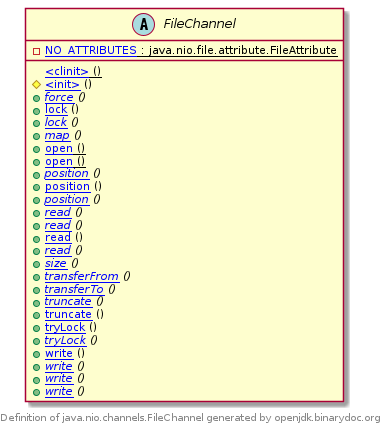
The PlantUML diagram samples/uml_java_java.nio.channels.FileChannel.png in fuiny/binarydoc-help, before a commit. Its diagram source:
```plantuml
@startuml
abstract class FileChannel[[/net.java/openjdk/13.0/classfile?classfilelocation=java.nio.channels.filechannel{Java classfile java.nio.channels.FileChannel} java.nio.channels.FileChannel]] {

{static} -[[/net.java/openjdk/13.0/field?classfilelocation=java.nio.channels.filechannel&seq=1&fieldname=NO_ATTRIBUTES{Field #1: NO_ATTRIBUTES of type java.nio.file.attribute.FileAttribute} NO_ATTRIBUTES]] : java.nio.file.attribute.FileAttribute

{static} [[/net.java/openjdk/13.0/method?classfilelocation=java.nio.channels.filechannel&seq=26&methodname=%3Cclinit%3E{Method #26: <clinit> with descriptor ()V} <clinit>]] ()
#[[/net.java/openjdk/13.0/method?classfilelocation=java.nio.channels.filechannel&seq=1&methodname=%3Cinit%3E{Method #1: <init> with descriptor ()V} <init>]] ()
{abstract} +[[/net.java/openjdk/13.0/method?classfilelocation=java.nio.channels.filechannel&seq=14&methodname=force{Method #14: force with descriptor (Z)V} force]] ()
+[[/net.java/openjdk/13.0/method?classfilelocation=java.nio.channels.filechannel&seq=21&methodname=lock{Method #21: lock with descriptor ()Ljava/nio/channels/FileLock;} lock]] ()
{abstract} +[[/net.java/openjdk/13.0/method?classfilelocation=java.nio.channels.filechannel&seq=20&methodname=lock{Method #20: lock with descriptor (JJZ)Ljava/nio/channels/FileLock;} lock]] ()
{abstract} +[[/net.java/openjdk/13.0/method?classfilelocation=java.nio.channels.filechannel&seq=19&methodname=map{Method #19: map with descriptor (Ljava/nio/channels/FileChannel$MapMode;JJ)Ljava/nio/MappedByteBuffer;} map]] ()
{static} +[[/net.java/openjdk/13.0/method?classfilelocation=java.nio.channels.filechannel&seq=2&methodname=open{Method #2: open with descriptor (Ljava/nio/file/Path;Ljava/util/Set;[Ljava/nio/file/attribute/FileAttribute;)Ljava/nio/channels/FileChannel;} open]] ()
{static} +[[/net.java/openjdk/13.0/method?classfilelocation=java.nio.channels.filechannel&seq=3&methodname=open{Method #3: open with descriptor (Ljava/nio/file/Path;[Ljava/nio/file/OpenOption;)Ljava/nio/channels/FileChannel;} open]] ()
{abstract} +[[/net.java/openjdk/13.0/method?classfilelocation=java.nio.channels.filechannel&seq=11&methodname=position{Method #11: position with descriptor (J)Ljava/nio/channels/FileChannel;} position]] ()
+[[/net.java/openjdk/13.0/method?classfilelocation=java.nio.channels.filechannel&seq=25&methodname=position{Method #25: position with descriptor (J)Ljava/nio/channels/SeekableByteChannel;} position]] ()
{abstract} +[[/net.java/openjdk/13.0/method?classfilelocation=java.nio.channels.filechannel&seq=10&methodname=position{Method #10: position with descriptor ()J} position]] ()
{abstract} +[[/net.java/openjdk/13.0/method?classfilelocation=java.nio.channels.filechannel&seq=4&methodname=read{Method #4: read with descriptor (Ljava/nio/ByteBuffer;)I} read]] ()
{abstract} +[[/net.java/openjdk/13.0/method?classfilelocation=java.nio.channels.filechannel&seq=17&methodname=read{Method #17: read with descriptor (Ljava/nio/ByteBuffer;J)I} read]] ()
+[[/net.java/openjdk/13.0/method?classfilelocation=java.nio.channels.filechannel&seq=6&methodname=read{Method #6: read with descriptor ([Ljava/nio/ByteBuffer;)J} read]] ()
{abstract} +[[/net.java/openjdk/13.0/method?classfilelocation=java.nio.channels.filechannel&seq=5&methodname=read{Method #5: read with descriptor ([Ljava/nio/ByteBuffer;II)J} read]] ()
{abstract} +[[/net.java/openjdk/13.0/method?classfilelocation=java.nio.channels.filechannel&seq=12&methodname=size{Method #12: size with descriptor ()J} size]] ()
{abstract} +[[/net.java/openjdk/13.0/method?classfilelocation=java.nio.channels.filechannel&seq=16&methodname=transferFrom{Method #16: transferFrom with descriptor (Ljava/nio/channels/ReadableByteChannel;JJ)J} transferFrom]] ()
{abstract} +[[/net.java/openjdk/13.0/method?classfilelocation=java.nio.channels.filechannel&seq=15&methodname=transferTo{Method #15: transferTo with descriptor (JJLjava/nio/channels/WritableByteChannel;)J} transferTo]] ()
{abstract} +[[/net.java/openjdk/13.0/method?classfilelocation=java.nio.channels.filechannel&seq=13&methodname=truncate{Method #13: truncate with descriptor (J)Ljava/nio/channels/FileChannel;} truncate]] ()
+[[/net.java/openjdk/13.0/method?classfilelocation=java.nio.channels.filechannel&seq=24&methodname=truncate{Method #24: truncate with descriptor (J)Ljava/nio/channels/SeekableByteChannel;} truncate]] ()
+[[/net.java/openjdk/13.0/method?classfilelocation=java.nio.channels.filechannel&seq=23&methodname=tryLock{Method #23: tryLock with descriptor ()Ljava/nio/channels/FileLock;} tryLock]] ()
{abstract} +[[/net.java/openjdk/13.0/method?classfilelocation=java.nio.channels.filechannel&seq=22&methodname=tryLock{Method #22: tryLock with descriptor (JJZ)Ljava/nio/channels/FileLock;} tryLock]] ()
+[[/net.java/openjdk/13.0/method?classfilelocation=java.nio.channels.filechannel&seq=9&methodname=write{Method #9: write with descriptor ([Ljava/nio/ByteBuffer;)J} write]] ()
{abstract} +[[/net.java/openjdk/13.0/method?classfilelocation=java.nio.channels.filechannel&seq=7&methodname=write{Method #7: write with descriptor (Ljava/nio/ByteBuffer;)I} write]] ()
{abstract} +[[/net.java/openjdk/13.0/method?classfilelocation=java.nio.channels.filechannel&seq=8&methodname=write{Method #8: write with descriptor ([Ljava/nio/ByteBuffer;II)J} write]] ()
{abstract} +[[/net.java/openjdk/13.0/method?classfilelocation=java.nio.channels.filechannel&seq=18&methodname=write{Method #18: write with descriptor (Ljava/nio/ByteBuffer;J)I} write]] ()

}
right footer Definition of java.nio.channels.FileChannel generated by openjdk.binarydoc.org

@enduml
```
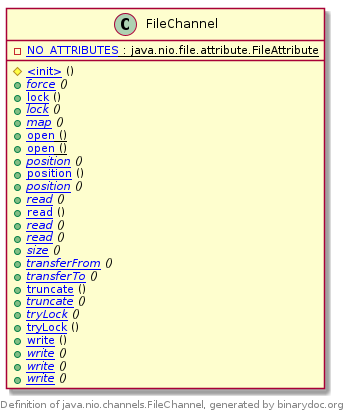
After the change.

What changed in the source:
```diff
@@ -1,36 +1,35 @@
 @startuml
-abstract class FileChannel[[/net.java/openjdk/13.0/classfile?classfilelocation=java.nio.channels.filechannel{Java classfile java.nio.channels.FileChannel} java.nio.channels.FileChannel]] {
+class FileChannel [[/homepage/demo-group/demo-artifact/demo-version-1/classfile?classfilelocation=java.nio.channels.filechannel{Java classfile java.nio.channels.FileChannel} java.nio.channels.FileChannel]] {
 
-{static} -[[/net.java/openjdk/13.0/field?classfilelocation=java.nio.channels.filechannel&seq=1&fieldname=NO_ATTRIBUTES{Field #1: NO_ATTRIBUTES of type java.nio.file.attribute.FileAttribute} NO_ATTRIBUTES]] : java.nio.file.attribute.FileAttribute
+{static} -[[/homepage/demo-group/demo-artifact/demo-version-1/field?classfilelocation=java.nio.channels.filechannel&seq=1&fieldname=NO_ATTRIBUTES{Field #1: NO_ATTRIBUTES of type java.nio.file.attribute.FileAttribute} NO_ATTRIBUTES]] : java.nio.file.attribute.FileAttribute
 
-{static} [[/net.java/openjdk/13.0/method?classfilelocation=java.nio.channels.filechannel&seq=26&methodname=%3Cclinit%3E{Method #26: <clinit> with descriptor ()V} <clinit>]] ()
-#[[/net.java/openjdk/13.0/method?classfilelocation=java.nio.channels.filechannel&seq=1&methodname=%3Cinit%3E{Method #1: <init> with descriptor ()V} <init>]] ()
-{abstract} +[[/net.java/openjdk/13.0/method?classfilelocation=java.nio.channels.filechannel&seq=14&methodname=force{Method #14: force with descriptor (Z)V} force]] ()
-+[[/net.java/openjdk/13.0/method?classfilelocation=java.nio.channels.filechannel&seq=21&methodname=lock{Method #21: lock with descriptor ()Ljava/nio/channels/FileLock;} lock]] ()
-{abstract} +[[/net.java/openjdk/13.0/method?classfilelocation=java.nio.channels.filechannel&seq=20&methodname=lock{Method #20: lock with descriptor (JJZ)Ljava/nio/channels/FileLock;} lock]] ()
-{abstract} +[[/net.java/openjdk/13.0/method?classfilelocation=java.nio.channels.filechannel&seq=19&methodname=map{Method #19: map with descriptor (Ljava/nio/channels/FileChannel$MapMode;JJ)Ljava/nio/MappedByteBuffer;} map]] ()
-{static} +[[/net.java/openjdk/13.0/method?classfilelocation=java.nio.channels.filechannel&seq=2&methodname=open{Method #2: open with descriptor (Ljava/nio/file/Path;Ljava/util/Set;[Ljava/nio/file/attribute/FileAttribute;)Ljava/nio/channels/FileChannel;} open]] ()
-{static} +[[/net.java/openjdk/13.0/method?classfilelocation=java.nio.channels.filechannel&seq=3&methodname=open{Method #3: open with descriptor (Ljava/nio/file/Path;[Ljava/nio/file/OpenOption;)Ljava/nio/channels/FileChannel;} open]] ()
-{abstract} +[[/net.java/openjdk/13.0/method?classfilelocation=java.nio.channels.filechannel&seq=11&methodname=position{Method #11: position with descriptor (J)Ljava/nio/channels/FileChannel;} position]] ()
-+[[/net.java/openjdk/13.0/method?classfilelocation=java.nio.channels.filechannel&seq=25&methodname=position{Method #25: position with descriptor (J)Ljava/nio/channels/SeekableByteChannel;} position]] ()
-{abstract} +[[/net.java/openjdk/13.0/method?classfilelocation=java.nio.channels.filechannel&seq=10&methodname=position{Method #10: position with descriptor ()J} position]] ()
-{abstract} +[[/net.java/openjdk/13.0/method?classfilelocation=java.nio.channels.filechannel&seq=4&methodname=read{Method #4: read with descriptor (Ljava/nio/ByteBuffer;)I} read]] ()
-{abstract} +[[/net.java/openjdk/13.0/method?classfilelocation=java.nio.channels.filechannel&seq=17&methodname=read{Method #17: read with descriptor (Ljava/nio/ByteBuffer;J)I} read]] ()
-+[[/net.java/openjdk/13.0/method?classfilelocation=java.nio.channels.filechannel&seq=6&methodname=read{Method #6: read with descriptor ([Ljava/nio/ByteBuffer;)J} read]] ()
-{abstract} +[[/net.java/openjdk/13.0/method?classfilelocation=java.nio.channels.filechannel&seq=5&methodname=read{Method #5: read with descriptor ([Ljava/nio/ByteBuffer;II)J} read]] ()
-{abstract} +[[/net.java/openjdk/13.0/method?classfilelocation=java.nio.channels.filechannel&seq=12&methodname=size{Method #12: size with descriptor ()J} size]] ()
-{abstract} +[[/net.java/openjdk/13.0/method?classfilelocation=java.nio.channels.filechannel&seq=16&methodname=transferFrom{Method #16: transferFrom with descriptor (Ljava/nio/channels/ReadableByteChannel;JJ)J} transferFrom]] ()
-{abstract} +[[/net.java/openjdk/13.0/method?classfilelocation=java.nio.channels.filechannel&seq=15&methodname=transferTo{Method #15: transferTo with descriptor (JJLjava/nio/channels/WritableByteChannel;)J} transferTo]] ()
-{abstract} +[[/net.java/openjdk/13.0/method?classfilelocation=java.nio.channels.filechannel&seq=13&methodname=truncate{Method #13: truncate with descriptor (J)Ljava/nio/channels/FileChannel;} truncate]] ()
-+[[/net.java/openjdk/13.0/method?classfilelocation=java.nio.channels.filechannel&seq=24&methodname=truncate{Method #24: truncate with descriptor (J)Ljava/nio/channels/SeekableByteChannel;} truncate]] ()
-+[[/net.java/openjdk/13.0/method?classfilelocation=java.nio.channels.filechannel&seq=23&methodname=tryLock{Method #23: tryLock with descriptor ()Ljava/nio/channels/FileLock;} tryLock]] ()
-{abstract} +[[/net.java/openjdk/13.0/method?classfilelocation=java.nio.channels.filechannel&seq=22&methodname=tryLock{Method #22: tryLock with descriptor (JJZ)Ljava/nio/channels/FileLock;} tryLock]] ()
-+[[/net.java/openjdk/13.0/method?classfilelocation=java.nio.channels.filechannel&seq=9&methodname=write{Method #9: write with descriptor ([Ljava/nio/ByteBuffer;)J} write]] ()
-{abstract} +[[/net.java/openjdk/13.0/method?classfilelocation=java.nio.channels.filechannel&seq=7&methodname=write{Method #7: write with descriptor (Ljava/nio/ByteBuffer;)I} write]] ()
-{abstract} +[[/net.java/openjdk/13.0/method?classfilelocation=java.nio.channels.filechannel&seq=8&methodname=write{Method #8: write with descriptor ([Ljava/nio/ByteBuffer;II)J} write]] ()
-{abstract} +[[/net.java/openjdk/13.0/method?classfilelocation=java.nio.channels.filechannel&seq=18&methodname=write{Method #18: write with descriptor (Ljava/nio/ByteBuffer;J)I} write]] ()
+#[[/homepage/demo-group/demo-artifact/demo-version-1/method?classfilelocation=java.nio.channels.filechannel&seq=1&methodname=%3Cinit%3E{Method #1: <init> with descriptor ()V} <init>]] ()
+{abstract} +[[/homepage/demo-group/demo-artifact/demo-version-1/method?classfilelocation=java.nio.channels.filechannel&seq=14&methodname=force{Method #14: force with descriptor (Z)V} force]] ()
++[[/homepage/demo-group/demo-artifact/demo-version-1/method?classfilelocation=java.nio.channels.filechannel&seq=21&methodname=lock{Method #21: lock with descriptor ()Ljava/nio/channels/FileLock;} lock]] ()
+{abstract} +[[/homepage/demo-group/demo-artifact/demo-version-1/method?classfilelocation=java.nio.channels.filechannel&seq=20&methodname=lock{Method #20: lock with descriptor (JJZ)Ljava/nio/channels/FileLock;} lock]] ()
+{abstract} +[[/homepage/demo-group/demo-artifact/demo-version-1/method?classfilelocation=java.nio.channels.filechannel&seq=19&methodname=map{Method #19: map with descriptor (Ljava/nio/channels/FileChannel$MapMode;JJ)Ljava/nio/MappedByteBuffer;} map]] ()
+{static} +[[/homepage/demo-group/demo-artifact/demo-version-1/method?classfilelocation=java.nio.channels.filechannel&seq=3&methodname=open{Method #3: open with descriptor (Ljava/nio/file/Path;[Ljava/nio/file/OpenOption;)Ljava/nio/channels/FileChannel;} open]] ()
+{static} +[[/homepage/demo-group/demo-artifact/demo-version-1/method?classfilelocation=java.nio.channels.filechannel&seq=2&methodname=open{Method #2: open with descriptor (Ljava/nio/file/Path;Ljava/util/Set;[Ljava/nio/file/attribute/FileAttribute;)Ljava/nio/channels/FileChannel;} open]] ()
+{abstract} +[[/homepage/demo-group/demo-artifact/demo-version-1/method?classfilelocation=java.nio.channels.filechannel&seq=11&methodname=position{Method #11: position with descriptor (J)Ljava/nio/channels/FileChannel;} position]] ()
++[[/homepage/demo-group/demo-artifact/demo-version-1/method?classfilelocation=java.nio.channels.filechannel&seq=25&methodname=position{Method #25: position with descriptor (J)Ljava/nio/channels/SeekableByteChannel;} position]] ()
+{abstract} +[[/homepage/demo-group/demo-artifact/demo-version-1/method?classfilelocation=java.nio.channels.filechannel&seq=10&methodname=position{Method #10: position with descriptor ()J} position]] ()
+{abstract} +[[/homepage/demo-group/demo-artifact/demo-version-1/method?classfilelocation=java.nio.channels.filechannel&seq=17&methodname=read{Method #17: read with descriptor (Ljava/nio/ByteBuffer;J)I} read]] ()
++[[/homepage/demo-group/demo-artifact/demo-version-1/method?classfilelocation=java.nio.channels.filechannel&seq=6&methodname=read{Method #6: read with descriptor ([Ljava/nio/ByteBuffer;)J} read]] ()
+{abstract} +[[/homepage/demo-group/demo-artifact/demo-version-1/method?classfilelocation=java.nio.channels.filechannel&seq=5&methodname=read{Method #5: read with descriptor ([Ljava/nio/ByteBuffer;II)J} read]] ()
+{abstract} +[[/homepage/demo-group/demo-artifact/demo-version-1/method?classfilelocation=java.nio.channels.filechannel&seq=4&methodname=read{Method #4: read with descriptor (Ljava/nio/ByteBuffer;)I} read]] ()
+{abstract} +[[/homepage/demo-group/demo-artifact/demo-version-1/method?classfilelocation=java.nio.channels.filechannel&seq=12&methodname=size{Method #12: size with descriptor ()J} size]] ()
+{abstract} +[[/homepage/demo-group/demo-artifact/demo-version-1/method?classfilelocation=java.nio.channels.filechannel&seq=16&methodname=transferFrom{Method #16: transferFrom with descriptor (Ljava/nio/channels/ReadableByteChannel;JJ)J} transferFrom]] ()
+{abstract} +[[/homepage/demo-group/demo-artifact/demo-version-1/method?classfilelocation=java.nio.channels.filechannel&seq=15&methodname=transferTo{Method #15: transferTo with descriptor (JJLjava/nio/channels/WritableByteChannel;)J} transferTo]] ()
++[[/homepage/demo-group/demo-artifact/demo-version-1/method?classfilelocation=java.nio.channels.filechannel&seq=24&methodname=truncate{Method #24: truncate with descriptor (J)Ljava/nio/channels/SeekableByteChannel;} truncate]] ()
+{abstract} +[[/homepage/demo-group/demo-artifact/demo-version-1/method?classfilelocation=java.nio.channels.filechannel&seq=13&methodname=truncate{Method #13: truncate with descriptor (J)Ljava/nio/channels/FileChannel;} truncate]] ()
+{abstract} +[[/homepage/demo-group/demo-artifact/demo-version-1/method?classfilelocation=java.nio.channels.filechannel&seq=22&methodname=tryLock{Method #22: tryLock with descriptor (JJZ)Ljava/nio/channels/FileLock;} tryLock]] ()
++[[/homepage/demo-group/demo-artifact/demo-version-1/method?classfilelocation=java.nio.channels.filechannel&seq=23&methodname=tryLock{Method #23: tryLock with descriptor ()Ljava/nio/channels/FileLock;} tryLock]] ()
++[[/homepage/demo-group/demo-artifact/demo-version-1/method?classfilelocation=java.nio.channels.filechannel&seq=9&methodname=write{Method #9: write with descriptor ([Ljava/nio/ByteBuffer;)J} write]] ()
+{abstract} +[[/homepage/demo-group/demo-artifact/demo-version-1/method?classfilelocation=java.nio.channels.filechannel&seq=8&methodname=write{Method #8: write with descriptor ([Ljava/nio/ByteBuffer;II)J} write]] ()
+{abstract} +[[/homepage/demo-group/demo-artifact/demo-version-1/method?classfilelocation=java.nio.channels.filechannel&seq=7&methodname=write{Method #7: write with descriptor (Ljava/nio/ByteBuffer;)I} write]] ()
+{abstract} +[[/homepage/demo-group/demo-artifact/demo-version-1/method?classfilelocation=java.nio.channels.filechannel&seq=18&methodname=write{Method #18: write with descriptor (Ljava/nio/ByteBuffer;J)I} write]] ()
 
 }
-right footer Definition of java.nio.channels.FileChannel generated by openjdk.binarydoc.org
+footer Definition of java.nio.channels.FileChannel, generated by binarydoc.org
 
 @enduml
```
